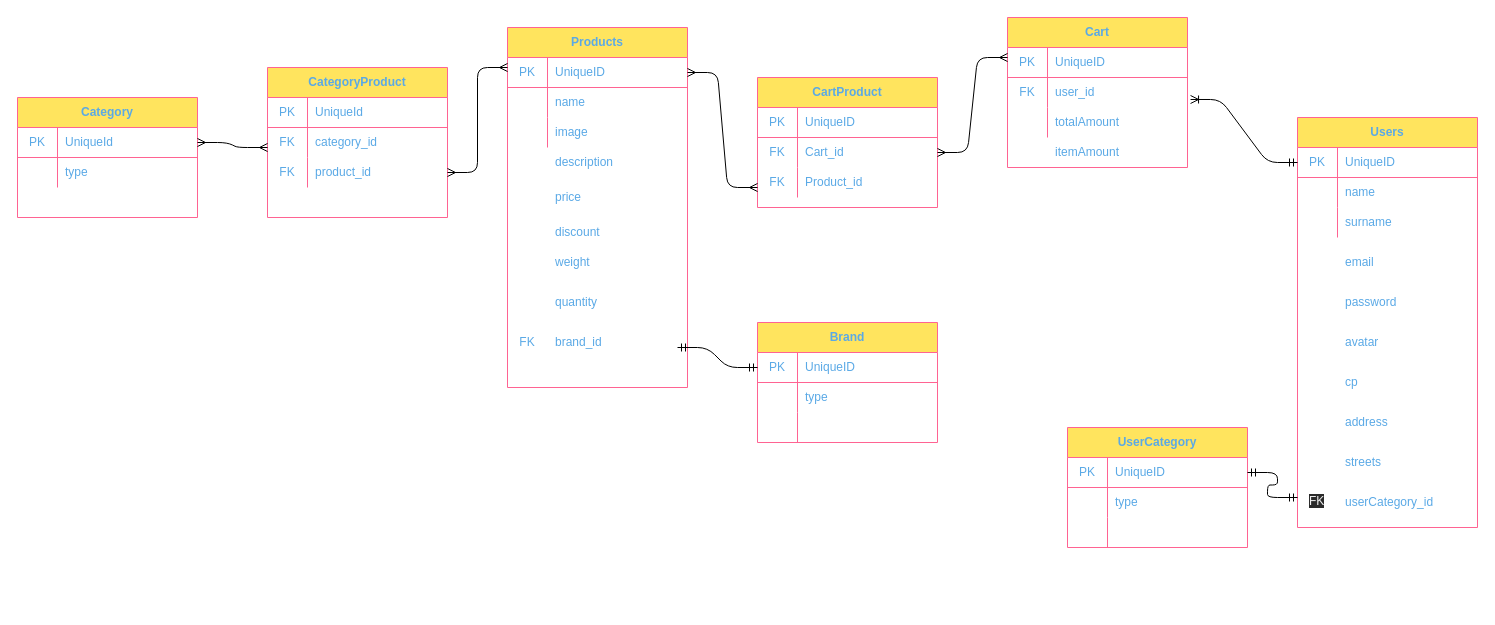
This is site/tables.drawio from 1120CDFSNCN29ARED/grupo-07, a draw.io file, before an edit. Source tidied: cells renumbered, new cells numbered last; positions are measured from the earlier drawing's top-left corner, leaving out a move shared by most shapes. Both pictures are drawn from the tidied source at 100%, with x=0, y=0 at pixel (17, 17).
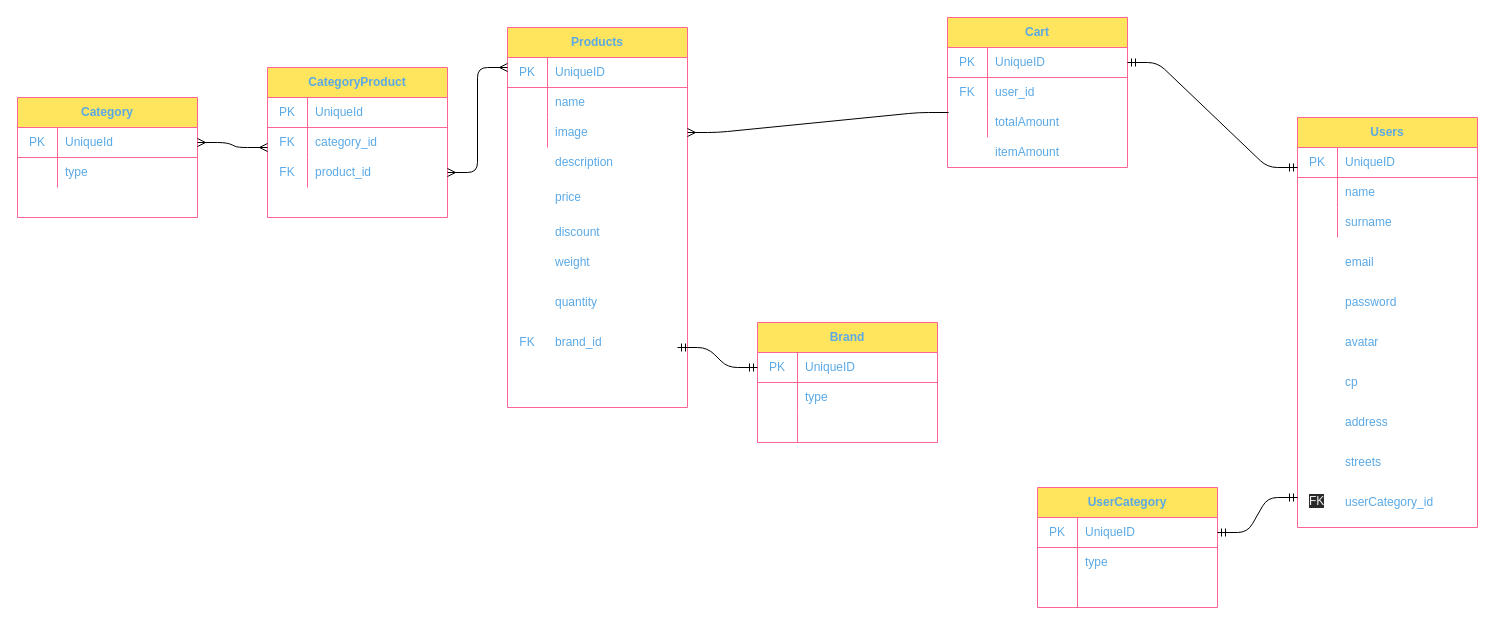
The same page after the edit.

Unchanged cells that the change refers to:
```xml
<mxCell id="3" style="shape=partialRectangle;html=1;whiteSpace=wrap;fillColor=none;top=0;left=0;bottom=1;right=0;points=[[0,0.5],[1,0.5]];portConstraint=eastwest;strokeColor=#FF6392;fontColor=#5AA9E6;" parent="2" vertex="1">
  <mxGeometry y="30" width="180" height="30" as="geometry" />
</mxCell>
<mxCell id="9" style="shape=partialRectangle;html=1;whiteSpace=wrap;fillColor=none;top=0;left=0;bottom=0;right=0;points=[[0,0.5],[1,0.5]];portConstraint=eastwest;strokeColor=#FF6392;fontColor=#5AA9E6;" parent="2" vertex="1">
  <mxGeometry y="90" width="180" height="30" as="geometry" />
</mxCell>
<mxCell id="32" style="shape=partialRectangle;html=1;whiteSpace=wrap;fillColor=none;top=0;left=0;bottom=1;right=0;points=[[0,0.5],[1,0.5]];portConstraint=eastwest;strokeColor=#FF6392;fontColor=#5AA9E6;" parent="31" vertex="1">
  <mxGeometry y="30" width="180" height="30" as="geometry" />
</mxCell>
<mxCell id="35" style="shape=partialRectangle;html=1;whiteSpace=wrap;fillColor=none;top=0;left=0;bottom=0;right=0;points=[[0,0.5],[1,0.5]];portConstraint=eastwest;strokeColor=#FF6392;fontColor=#5AA9E6;" parent="31" vertex="1">
  <mxGeometry y="60" width="180" height="30" as="geometry" />
</mxCell>
<mxCell id="38" style="shape=partialRectangle;html=1;whiteSpace=wrap;fillColor=none;top=0;left=0;bottom=0;right=0;points=[[0,0.5],[1,0.5]];portConstraint=eastwest;strokeColor=#FF6392;fontColor=#5AA9E6;" parent="31" vertex="1">
  <mxGeometry y="90" width="180" height="30" as="geometry" />
</mxCell>
<mxCell id="53" style="shape=partialRectangle;html=1;whiteSpace=wrap;fillColor=none;top=0;left=0;bottom=1;right=0;points=[[0,0.5],[1,0.5]];portConstraint=eastwest;strokeColor=#FF6392;fontColor=#5AA9E6;" parent="52" vertex="1">
  <mxGeometry y="30" width="180" height="30" as="geometry" />
</mxCell>
<mxCell id="91" style="shape=partialRectangle;html=1;whiteSpace=wrap;fillColor=none;top=0;left=0;bottom=1;right=0;points=[[0,0.5],[1,0.5]];portConstraint=eastwest;strokeColor=#FF6392;fontColor=#5AA9E6;" parent="90" vertex="1">
  <mxGeometry y="30" width="180" height="30" as="geometry" />
</mxCell>
```

Change to the diagram source:
```diff
@@
     <mxCell id="2" value="Products" style="shape=table;html=1;whiteSpace=wrap;startSize=30;childLayout=tableLayout;rowLines=0;fontStyle=1;align=center;fillColor=#FFE45E;strokeColor=#FF6392;fontColor=#5AA9E6;" parent="1" vertex="1">
-      <mxGeometry x="490" y="10" width="180" height="360" as="geometry" />
+      <mxGeometry x="490" y="10" width="180" height="380" as="geometry" />
     </mxCell>
@@
-    <mxCell id="18" value="CartProduct" style="shape=table;html=1;whiteSpace=wrap;startSize=30;childLayout=tableLayout;rowLines=0;fontStyle=1;align=center;fillColor=#FFE45E;strokeColor=#FF6392;fontColor=#5AA9E6;" parent="1" vertex="1">
-      <mxGeometry x="740" y="60" width="180" height="130" as="geometry" />
-    </mxCell>
-    <mxCell id="19" style="shape=partialRectangle;html=1;whiteSpace=wrap;fillColor=none;top=0;left=0;bottom=1;right=0;strokeColor=#FF6392;fontColor=#5AA9E6;" parent="18" vertex="1">
-      <mxGeometry y="30" width="180" height="30" as="geometry" />
-    </mxCell>
-    <mxCell id="20" value="PK" style="shape=partialRectangle;html=1;whiteSpace=wrap;fillColor=none;top=0;left=0;bottom=0;right=0;overflow=hidden;strokeColor=#FF6392;fontColor=#5AA9E6;" parent="19" vertex="1">
-      <mxGeometry width="40" height="30" as="geometry" />
-    </mxCell>
-    <mxCell id="21" value="UniqueID" style="shape=partialRectangle;html=1;whiteSpace=wrap;fillColor=none;top=0;left=0;bottom=0;right=0;align=left;spacingLeft=6;overflow=hidden;strokeColor=#FF6392;fontColor=#5AA9E6;" parent="19" vertex="1">
-      <mxGeometry x="40" width="140" height="30" as="geometry" />
-    </mxCell>
-    <mxCell id="22" style="shape=partialRectangle;html=1;whiteSpace=wrap;fillColor=none;top=0;left=0;bottom=0;right=0;points=[[0,0.5],[1,0.5]];portConstraint=eastwest;strokeColor=#FF6392;fontColor=#5AA9E6;" parent="18" vertex="1">
-      <mxGeometry y="60" width="180" height="30" as="geometry" />
-    </mxCell>
-    <mxCell id="23" value="FK" style="shape=partialRectangle;html=1;whiteSpace=wrap;fillColor=none;top=0;left=0;bottom=0;right=0;overflow=hidden;strokeColor=#FF6392;fontColor=#5AA9E6;" parent="22" vertex="1">
-      <mxGeometry width="40" height="30" as="geometry" />
-    </mxCell>
-    <mxCell id="24" value="Cart_id" style="shape=partialRectangle;html=1;whiteSpace=wrap;fillColor=none;top=0;left=0;bottom=0;right=0;align=left;spacingLeft=6;overflow=hidden;strokeColor=#FF6392;fontColor=#5AA9E6;" parent="22" vertex="1">
-      <mxGeometry x="40" width="140" height="30" as="geometry" />
-    </mxCell>
-    <mxCell id="25" style="shape=partialRectangle;html=1;whiteSpace=wrap;fillColor=none;top=0;left=0;bottom=0;right=0;strokeColor=#FF6392;fontColor=#5AA9E6;" parent="18" vertex="1">
-      <mxGeometry y="90" width="180" height="30" as="geometry" />
-    </mxCell>
-    <mxCell id="26" value="FK" style="shape=partialRectangle;html=1;whiteSpace=wrap;fillColor=none;top=0;left=0;bottom=0;right=0;overflow=hidden;strokeColor=#FF6392;fontColor=#5AA9E6;" parent="25" vertex="1">
-      <mxGeometry width="40" height="30" as="geometry" />
-    </mxCell>
-    <mxCell id="27" value="Product_id" style="shape=partialRectangle;html=1;whiteSpace=wrap;fillColor=none;top=0;left=0;bottom=0;right=0;align=left;spacingLeft=6;overflow=hidden;strokeColor=#FF6392;fontColor=#5AA9E6;" parent="25" vertex="1">
-      <mxGeometry x="40" width="140" height="30" as="geometry" />
-    </mxCell>
@@
     <mxCell id="31" value="Cart" style="shape=table;html=1;whiteSpace=wrap;startSize=30;childLayout=tableLayout;rowLines=0;fontStyle=1;align=center;fillColor=#FFE45E;strokeColor=#FF6392;fontColor=#5AA9E6;" parent="1" vertex="1">
-      <mxGeometry x="990" width="180" height="150" as="geometry" />
+      <mxGeometry x="930" width="180" height="150" as="geometry" />
     </mxCell>
@@
     <mxCell id="41" value="itemAmount" style="shape=partialRectangle;html=1;whiteSpace=wrap;fillColor=none;top=0;left=0;bottom=0;right=0;align=left;spacingLeft=6;overflow=hidden;strokeColor=#FF6392;fontColor=#5AA9E6;" parent="1" vertex="1">
-      <mxGeometry x="1030" y="120" width="140" height="30" as="geometry" />
+      <mxGeometry x="970" y="120" width="140" height="30" as="geometry" />
     </mxCell>
@@
     <mxCell id="90" value="UserCategory" style="shape=table;html=1;whiteSpace=wrap;startSize=30;childLayout=tableLayout;rowLines=0;fontStyle=1;align=center;fillColor=#FFE45E;strokeColor=#FF6392;fontColor=#5AA9E6;" parent="1" vertex="1">
-      <mxGeometry x="1050" y="410" width="180" height="120" as="geometry" />
+      <mxGeometry x="1020" y="470" width="180" height="120" as="geometry" />
     </mxCell>
@@
-    <mxCell id="101" style="edgeStyle=entityRelationEdgeStyle;fontSize=12;html=1;endArrow=ERmandOne;startArrow=ERmandOne;" parent="1" edge="1">
+    <mxCell id="101" style="edgeStyle=entityRelationEdgeStyle;fontSize=12;html=1;endArrow=ERmandOne;startArrow=ERmandOne;exitX=1;exitY=0.5;exitDx=0;exitDy=0;" parent="1" edge="1" source="91">
       <mxGeometry relative="1" as="geometry">
-        <mxPoint x="1230" y="455" as="sourcePoint" />
         <mxPoint x="1280" y="480" as="targetPoint" />
       </mxGeometry>
     </mxCell>
-    <mxCell id="102" style="edgeStyle=entityRelationEdgeStyle;fontSize=12;html=1;endArrow=ERoneToMany;startArrow=ERmandOne;exitX=0;exitY=0.5;exitDx=0;exitDy=0;entryX=1.017;entryY=0.733;entryDx=0;entryDy=0;entryPerimeter=0;" parent="1" edge="1" source="53" target="35">
-      <mxGeometry relative="1" as="geometry" />
-    </mxCell>
-    <mxCell id="103" style="edgeStyle=entityRelationEdgeStyle;fontSize=12;html=1;endArrow=ERmany;startArrow=ERmany;exitX=1;exitY=0.5;exitDx=0;exitDy=0;" parent="1" edge="1" source="22">
-      <mxGeometry relative="1" as="geometry">
-        <mxPoint x="990" y="40" as="targetPoint" />
-      </mxGeometry>
-    </mxCell>
-    <mxCell id="104" style="edgeStyle=entityRelationEdgeStyle;fontSize=12;html=1;endArrow=ERmany;startArrow=ERmany;exitX=1;exitY=0.5;exitDx=0;exitDy=0;" parent="1" edge="1" source="3">
-      <mxGeometry relative="1" as="geometry">
-        <mxPoint x="740" y="170" as="targetPoint" />
-      </mxGeometry>
-    </mxCell>
@@
+    <mxCell id="107" style="edgeStyle=entityRelationEdgeStyle;fontSize=12;html=1;endArrow=ERmany;entryX=1;entryY=0.5;entryDx=0;entryDy=0;exitX=0.006;exitY=0.167;exitDx=0;exitDy=0;exitPerimeter=0;" parent="1" edge="1" source="38" target="9">
+      <mxGeometry relative="1" as="geometry" />
+    </mxCell>
+    <mxCell id="108" style="edgeStyle=entityRelationEdgeStyle;fontSize=12;html=1;endArrow=ERmandOne;startArrow=ERmandOne;exitX=1;exitY=0.5;exitDx=0;exitDy=0;" parent="1" edge="1" source="32">
+      <mxGeometry relative="1" as="geometry">
+        <mxPoint x="1280" y="150" as="targetPoint" />
+      </mxGeometry>
+    </mxCell>
```
